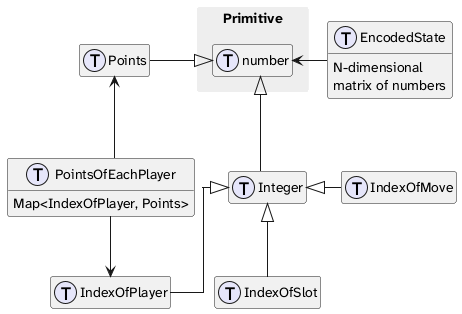
Before: academic_work/assets/images/uml/game/types_diagram_of_package_game.png, a diagram exported from PlantUML (gabdumal/tcc-gabriel-malosto-2026).
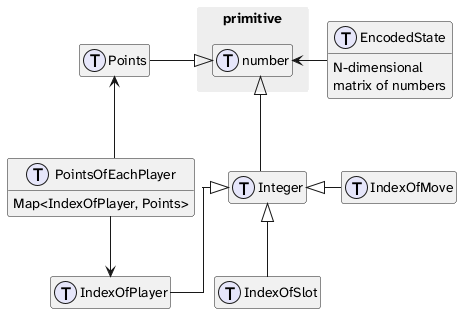
The same diagram one commit later.

The edit, as a diff of the source:
```diff
@@ -13,7 +13,7 @@
 !endfunction
 
 
-package Primitive{
+package primitive {
   $type(number)
 }
 
```
